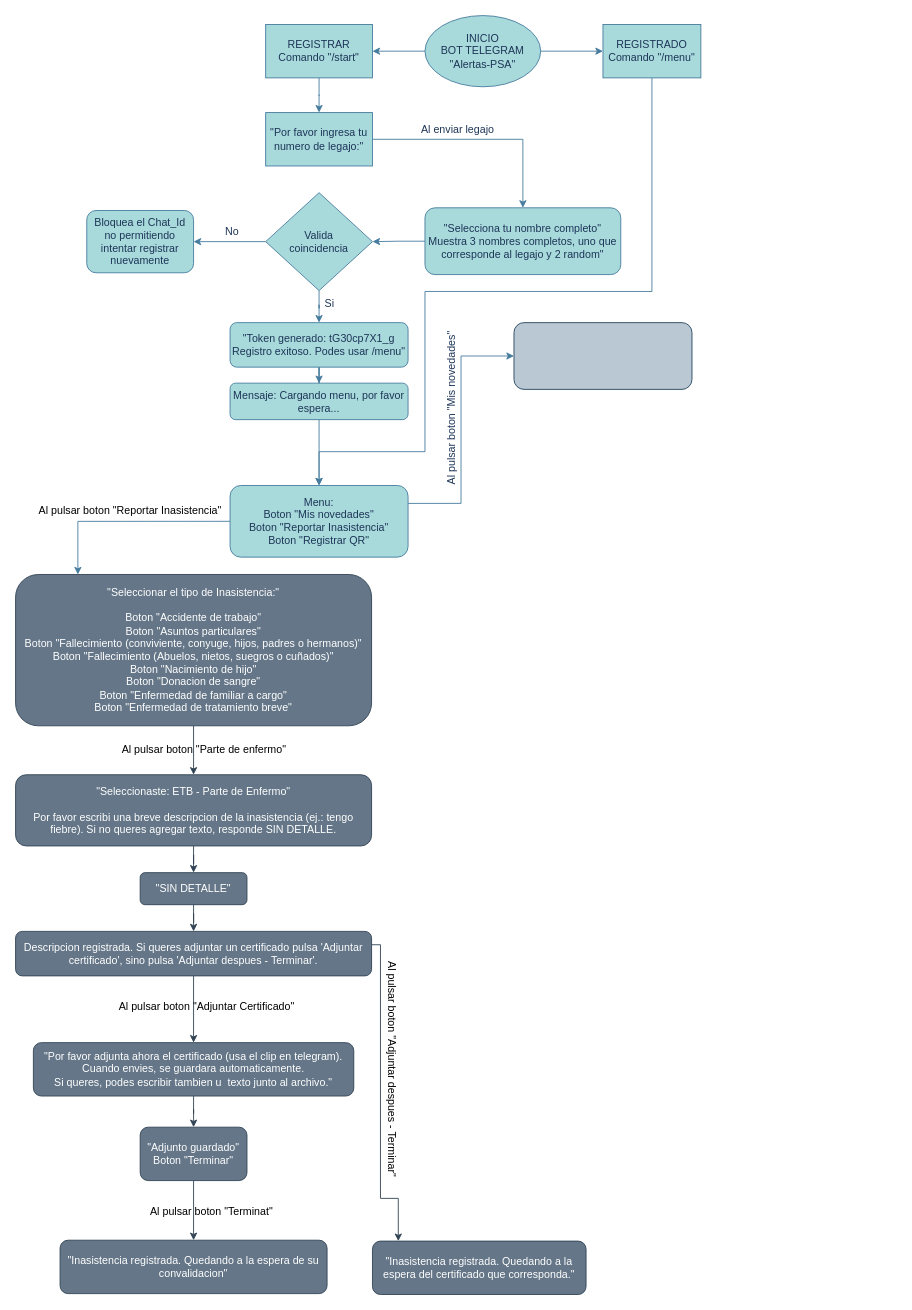
Earlier version of the draw.io diagram page "Flujos_Bot_Telegram" (1 of 2) of Flujos_en _Bot.drawio (gavalle2024/Diagramas-de-Flujos). Source tidied: cells renumbered, new cells numbered last; positions are measured from the earlier drawing's top-left corner, leaving out a move shared by most shapes. Both pictures are drawn from the tidied source at 89%, with x=0, y=0 at pixel (15, 15).
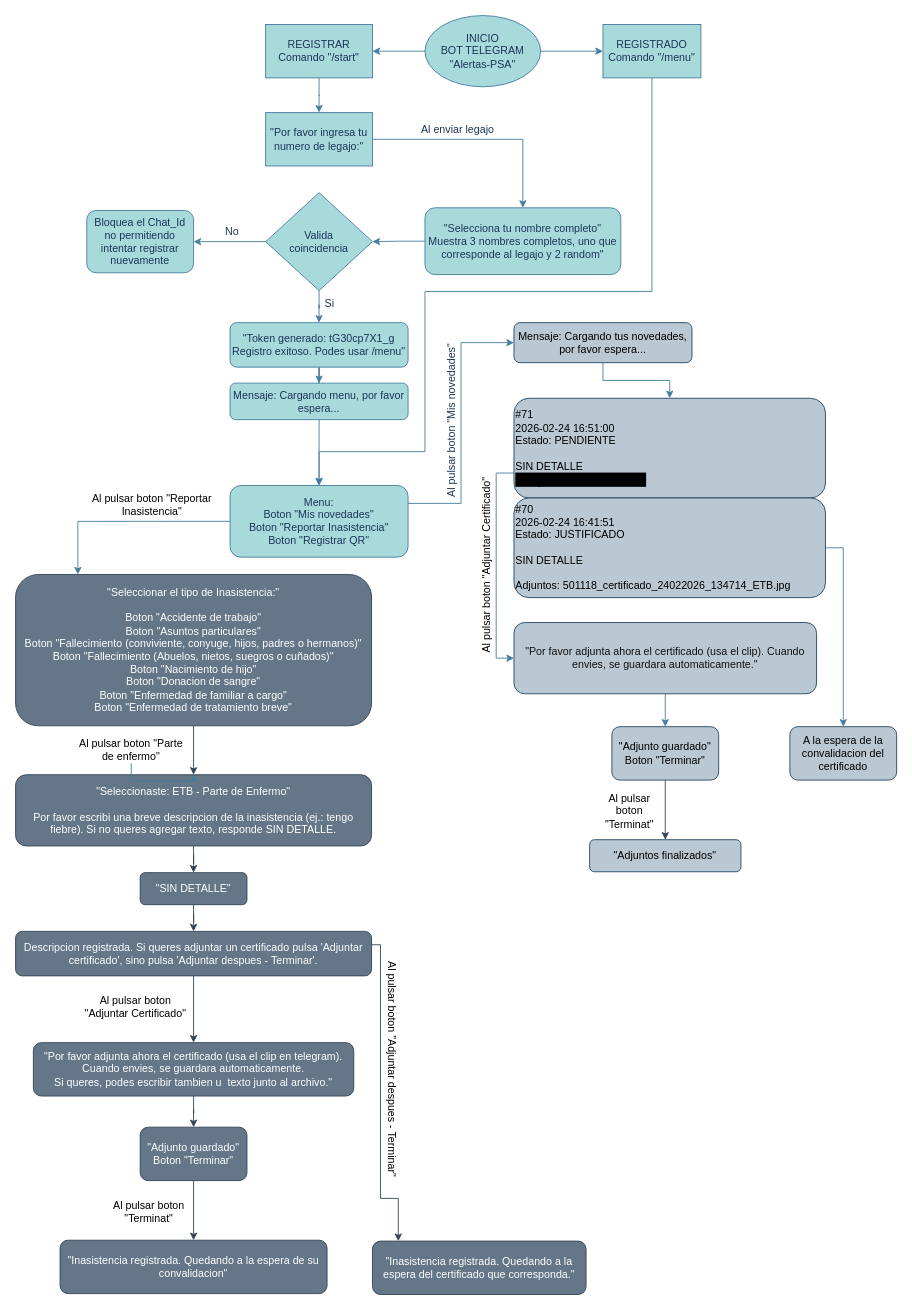
The same page after the edit.

The change refers to these unchanged cells:
```xml
<mxCell id="30" value="&quot;Seleccionaste: ETB - Parte de Enfermo&quot;&lt;div&gt;&lt;br&gt;&lt;/div&gt;&lt;div&gt;Por favor escribi una breve descripcion de la inasistencia (ej.: tengo fiebre). Si no queres agregar texto, responde SIN DETALLE.&lt;/div&gt;" style="whiteSpace=wrap;html=1;rounded=1;labelBackgroundColor=none;fillColor=#647687;strokeColor=#314354;fontColor=#ffffff;" parent="1" vertex="1">
  <mxGeometry y="853" width="400" height="80" as="geometry" />
</mxCell>
```

Change to the diagram source:
```diff
@@
     <mxCell id="28" value="Al pulsar boton &quot;Reportar Inasis&lt;span style=&quot;background-color: transparent;&quot;&gt;tencia&quot;&lt;/span&gt;" style="text;html=1;whiteSpace=wrap;align=center;verticalAlign=middle;rounded=0;labelBackgroundColor=none;fontColor=light-dark(#000000,#FFFF66);" parent="1" vertex="1">
-      <mxGeometry x="21" y="542" width="216" height="30" as="geometry" />
+      <mxGeometry x="70" y="535" width="167" height="30" as="geometry" />
     </mxCell>
@@
     <mxCell id="38" value="Al pulsar boton &quot;Adjuntar Certificado&quot;" style="text;html=1;whiteSpace=wrap;align=center;verticalAlign=middle;rounded=0;labelBackgroundColor=none;fontColor=light-dark(#000000,#FFFF66);" parent="1" vertex="1">
-      <mxGeometry x="110" y="1099" width="210" height="30" as="geometry" />
+      <mxGeometry x="70" y="1099" width="130" height="30" as="geometry" />
     </mxCell>
@@
     <mxCell id="42" value="Al pulsar boton &quot;Terminat&quot;" style="text;html=1;whiteSpace=wrap;align=center;verticalAlign=middle;rounded=0;labelBackgroundColor=none;fontColor=light-dark(#000000,#FFFF66);" parent="1" vertex="1">
-      <mxGeometry x="146" y="1329" width="149" height="30" as="geometry" />
+      <mxGeometry x="100" y="1329" width="100" height="30" as="geometry" />
     </mxCell>
@@
+    <mxCell id="49" style="edgeStyle=orthogonalEdgeStyle;rounded=0;jettySize=auto;html=1;strokeColor=#457B9D;fontColor=#1D3557;fillColor=#A8DADC;" parent="1" edge="1" source="45" target="30">
+      <mxGeometry relative="1" as="geometry" />
+    </mxCell>
     <mxCell id="45" value="Al pulsar boton &quot;Parte de enfermo&lt;span style=&quot;background-color: transparent;&quot;&gt;&quot;&lt;/span&gt;" style="text;html=1;whiteSpace=wrap;align=center;verticalAlign=middle;rounded=0;labelBackgroundColor=none;fontColor=light-dark(#000000,#FFFF66);" parent="1" vertex="1">
-      <mxGeometry x="104" y="810" width="216" height="30" as="geometry" />
+      <mxGeometry x="70" y="810" width="120" height="30" as="geometry" />
     </mxCell>
@@
+    <mxCell id="50" style="edgeStyle=orthogonalEdgeStyle;rounded=0;jettySize=auto;html=1;exitX=0.5;exitY=1;exitDx=0;exitDy=0;entryX=0.5;entryY=0;entryDx=0;entryDy=0;strokeColor=#457B9D;fontColor=#1D3557;fillColor=#A8DADC;" parent="1" edge="1" source="47" target="52">
+      <mxGeometry relative="1" as="geometry" />
+    </mxCell>
-    <mxCell id="47" style="rounded=1;whiteSpace=wrap;html=1;labelBackgroundColor=none;fillColor=#bac8d3;strokeColor=#23445d;" parent="1" vertex="1">
-      <mxGeometry x="560" y="345" width="200" height="75" as="geometry" />
+    <mxCell id="47" value="Mensaje: Cargando tus novedades, por favor espera..." style="rounded=1;whiteSpace=wrap;html=1;labelBackgroundColor=none;fillColor=#bac8d3;strokeColor=#23445d;" parent="1" vertex="1">
+      <mxGeometry x="560" y="345" width="200" height="45" as="geometry" />
     </mxCell>
     <mxCell id="48" value="Al pulsar boton &quot;Mis novedades&lt;span style=&quot;background-color: transparent;&quot;&gt;&quot;&lt;/span&gt;" style="text;html=1;whiteSpace=wrap;strokeColor=none;fillColor=none;align=center;verticalAlign=middle;rounded=0;rotation=-90;labelBackgroundColor=none;fontColor=light-dark(#1D3557,#FFFF66);" parent="1" vertex="1">
-      <mxGeometry x="395" y="426" width="190" height="30" as="geometry" />
+      <mxGeometry x="395" y="440" width="190" height="30" as="geometry" />
     </mxCell>
+    <mxCell id="51" style="edgeStyle=orthogonalEdgeStyle;rounded=0;jettySize=auto;html=1;exitX=0;exitY=0.75;exitDx=0;exitDy=0;entryX=0;entryY=0.5;entryDx=0;entryDy=0;strokeColor=#457B9D;fontColor=#1D3557;fillColor=#A8DADC;" parent="1" edge="1" source="52" target="56">
+      <mxGeometry relative="1" as="geometry" />
+    </mxCell>
+    <mxCell id="52" value="&lt;div&gt;&lt;br&gt;&lt;/div&gt;&lt;div&gt;&lt;br&gt;&lt;/div&gt;#71&lt;div&gt;&lt;font style=&quot;color: light-dark(rgb(0, 0, 0), rgb(255, 255, 255));&quot;&gt;2026-02-24 16:51:00&lt;/font&gt;&lt;/div&gt;&lt;div&gt;Estado: PENDIENTE&lt;/div&gt;&lt;div&gt;&lt;br&gt;&lt;/div&gt;&lt;div&gt;SIN DETALLE&lt;/div&gt;&lt;div&gt;&lt;b style=&quot;font-size: 14px;&quot;&gt;&lt;font style=&quot;color: light-dark(rgb(0, 0, 0), rgb(255, 255, 255)); background-color: light-dark(rgb(0, 0, 0), rgb(0, 0, 0));&quot;&gt;&amp;nbsp; Adjuntar certificado&amp;nbsp;&amp;nbsp;&lt;/font&gt;&lt;/b&gt;&lt;/div&gt;&lt;div&gt;&lt;br&gt;&lt;/div&gt;&lt;div&gt;&lt;br&gt;&lt;/div&gt;" style="rounded=1;whiteSpace=wrap;html=1;labelBackgroundColor=none;fillColor=#bac8d3;strokeColor=#23445d;align=left;" parent="1" vertex="1">
+      <mxGeometry x="560" y="430" width="350" height="112" as="geometry" />
+    </mxCell>
+    <mxCell id="53" value="&lt;div&gt;&lt;br&gt;&lt;/div&gt;&lt;div&gt;&lt;br&gt;&lt;/div&gt;&lt;div&gt;#70&lt;/div&gt;&lt;div&gt;2026-02-24 16:41:51&lt;/div&gt;&lt;div&gt;Estado: JUSTIFICADO&lt;/div&gt;&lt;div&gt;&lt;br&gt;&lt;/div&gt;&lt;div&gt;SIN DETALLE&lt;/div&gt;&lt;div&gt;&lt;br&gt;&lt;/div&gt;&lt;div&gt;Adjuntos: 501118_certificado_24022026_134714_ETB.jpg&lt;/div&gt;&lt;div&gt;&lt;br&gt;&lt;/div&gt;&lt;div&gt;&lt;br&gt;&lt;/div&gt;" style="rounded=1;whiteSpace=wrap;html=1;labelBackgroundColor=none;fillColor=#bac8d3;strokeColor=#23445d;align=left;" parent="1" vertex="1">
+      <mxGeometry x="560" y="542" width="350" height="112" as="geometry" />
+    </mxCell>
+    <mxCell id="54" style="edgeStyle=orthogonalEdgeStyle;rounded=0;jettySize=auto;html=1;exitX=0.5;exitY=1;exitDx=0;exitDy=0;entryX=0.5;entryY=0;entryDx=0;entryDy=0;strokeColor=#457B9D;fontColor=#1D3557;fillColor=#A8DADC;" parent="1" edge="1" source="56" target="58">
+      <mxGeometry relative="1" as="geometry" />
+    </mxCell>
+    <mxCell id="55" style="edgeStyle=orthogonalEdgeStyle;rounded=0;jettySize=auto;html=1;exitX=1;exitY=0.5;exitDx=0;exitDy=0;entryX=0.5;entryY=0;entryDx=0;entryDy=0;strokeColor=#457B9D;fontColor=#1D3557;fillColor=#A8DADC;" parent="1" edge="1" source="53" target="62">
+      <mxGeometry relative="1" as="geometry" />
+    </mxCell>
+    <mxCell id="56" value="&lt;span style=&quot;color: rgb(18, 18, 18);&quot;&gt;&quot;Por favor adjunta ahora el certificado (usa el clip). Cuando envies, se guardara automaticamente.&lt;/span&gt;&lt;span style=&quot;color: light-dark(rgb(18, 18, 18), rgb(222, 222, 222)); background-color: transparent;&quot;&gt;&quot;&lt;/span&gt;" style="rounded=1;whiteSpace=wrap;html=1;labelBackgroundColor=none;fillColor=#bac8d3;strokeColor=#23445d;" parent="1" vertex="1">
+      <mxGeometry x="560" y="682" width="340" height="80" as="geometry" />
+    </mxCell>
+    <mxCell id="57" style="edgeStyle=orthogonalEdgeStyle;rounded=0;jettySize=auto;html=1;labelBackgroundColor=none;strokeColor=#314354;fontColor=default;fillColor=#647687;" parent="1" edge="1" source="58" target="59">
+      <mxGeometry relative="1" as="geometry" />
+    </mxCell>
+    <mxCell id="58" value="&quot;Adjunto guardado&quot;&lt;div&gt;Boton &quot;Terminar&quot;&lt;/div&gt;" style="rounded=1;whiteSpace=wrap;html=1;labelBackgroundColor=none;fillColor=#bac8d3;strokeColor=#23445d;" parent="1" vertex="1">
+      <mxGeometry x="670" y="799" width="120" height="60" as="geometry" />
+    </mxCell>
+    <mxCell id="59" value="&quot;Adjuntos finalizados&quot;" style="whiteSpace=wrap;html=1;rounded=1;labelBackgroundColor=none;fillColor=#bac8d3;strokeColor=#23445d;" parent="1" vertex="1">
+      <mxGeometry x="645" y="926" width="170" height="36" as="geometry" />
+    </mxCell>
+    <mxCell id="60" value="Al pulsar boton &quot;Terminat&quot;" style="text;html=1;whiteSpace=wrap;align=center;verticalAlign=middle;rounded=0;labelBackgroundColor=none;fontColor=light-dark(#000000,#FFFF66);" parent="1" vertex="1">
+      <mxGeometry x="660" y="879" width="60" height="30" as="geometry" />
+    </mxCell>
+    <mxCell id="61" value="Al pulsar boton &quot;Adjuntar Certificado&quot;" style="text;html=1;whiteSpace=wrap;align=center;verticalAlign=middle;rounded=0;labelBackgroundColor=none;fontColor=light-dark(#000000,#FFFF66);rotation=-90;" parent="1" vertex="1">
+      <mxGeometry x="424" y="602.5" width="210" height="30" as="geometry" />
+    </mxCell>
+    <mxCell id="62" value="A la espera de la convalidacion del certificado" style="rounded=1;whiteSpace=wrap;html=1;labelBackgroundColor=none;fillColor=#bac8d3;strokeColor=#23445d;" parent="1" vertex="1">
+      <mxGeometry x="870" y="799" width="120" height="60" as="geometry" />
+    </mxCell>
```
